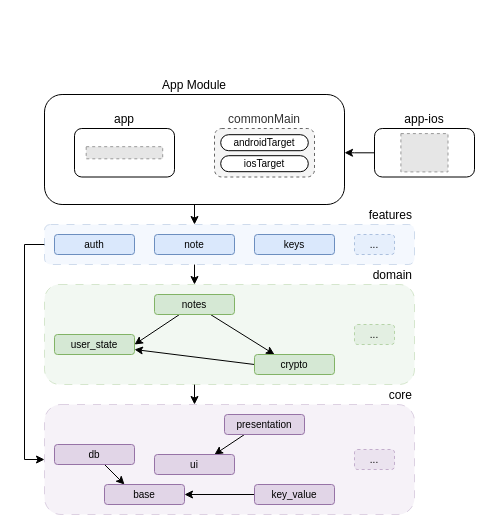
Earlier version of the draw.io diagram assets/raw/securenotes_arch.drawio (aspoliakov/securenotes). Source tidied: cells renumbered, new cells numbered last; positions are measured from the earlier drawing's top-left corner, leaving out a move shared by most shapes. Both pictures are drawn from the tidied source at 100%, with x=0, y=0 at pixel (24, 94). Pictures stored in the file or linked from it are replaced by grey dashed boxes.
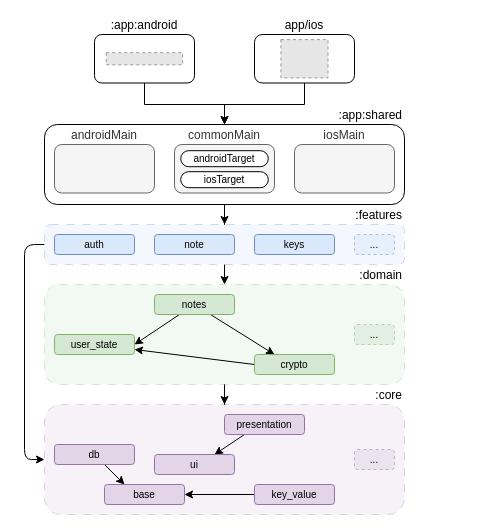
Above is the later version.

What changed in the source:
```diff
@@
-    <mxCell id="2" value="core" style="rounded=1;whiteSpace=wrap;html=1;fillColor=#e1d5e7;strokeColor=#9673a6;opacity=30;dashed=1;dashPattern=8 8;labelPosition=center;verticalLabelPosition=top;align=right;verticalAlign=bottom;" parent="1" vertex="1">
-      <mxGeometry x="20" y="310" width="370" height="110" as="geometry" />
+    <mxCell id="2" value=":core" style="rounded=1;whiteSpace=wrap;html=1;fillColor=#e1d5e7;strokeColor=#9673a6;opacity=30;dashed=1;dashPattern=8 8;labelPosition=center;verticalLabelPosition=top;align=right;verticalAlign=bottom;" parent="1" vertex="1">
+      <mxGeometry x="20" y="310" width="360" height="110" as="geometry" />
     </mxCell>
-    <mxCell id="3" style="edgeStyle=orthogonalEdgeStyle;rounded=0;jettySize=auto;html=1;" parent="1" edge="1" source="4">
-      <mxGeometry relative="1" as="geometry">
-        <mxPoint x="170" y="310" as="targetPoint" />
-        <Array as="points">
-          <mxPoint x="170" y="310" />
-        </Array>
-      </mxGeometry>
-    </mxCell>
+    <mxCell id="39" style="edgeStyle=orthogonalEdgeStyle;rounded=0;jettySize=auto;html=1;entryX=0.5;entryY=0;entryDx=0;entryDy=0;" parent="1" edge="1" source="4" target="2">
+      <mxGeometry relative="1" as="geometry" />
+    </mxCell>
-    <mxCell id="4" value="domain" style="rounded=1;whiteSpace=wrap;html=1;fillColor=#d5e8d4;strokeColor=#82b366;opacity=30;dashed=1;dashPattern=8 8;labelPosition=center;verticalLabelPosition=top;align=right;verticalAlign=bottom;" parent="1" vertex="1">
-      <mxGeometry x="20" y="190" width="370" height="100" as="geometry" />
+    <mxCell id="4" value=":domain" style="rounded=1;whiteSpace=wrap;html=1;fillColor=#d5e8d4;strokeColor=#82b366;opacity=30;dashed=1;dashPattern=8 8;labelPosition=center;verticalLabelPosition=top;align=right;verticalAlign=bottom;" parent="1" vertex="1">
+      <mxGeometry x="20" y="190" width="360" height="100" as="geometry" />
     </mxCell>
-    <mxCell id="5" style="edgeStyle=orthogonalEdgeStyle;rounded=0;jettySize=auto;html=1;" parent="1" edge="1" source="7">
-      <mxGeometry relative="1" as="geometry">
-        <mxPoint x="170" y="190" as="targetPoint" />
-        <Array as="points">
-          <mxPoint x="170" y="190" />
-        </Array>
-      </mxGeometry>
-    </mxCell>
-    <mxCell id="6" style="edgeStyle=orthogonalEdgeStyle;rounded=0;jettySize=auto;html=1;entryX=0;entryY=0.5;entryDx=0;entryDy=0;" parent="1" edge="1" source="7" target="2">
+    <mxCell id="6" style="edgeStyle=orthogonalEdgeStyle;rounded=1;jettySize=auto;html=1;entryX=0;entryY=0.5;entryDx=0;entryDy=0;curved=0;" parent="1" edge="1" source="7" target="2">
       <mxGeometry relative="1" as="geometry">
         <Array as="points">
           <mxPoint y="150" />
           <mxPoint y="365" />
         </Array>
       </mxGeometry>
     </mxCell>
+    <mxCell id="40" style="edgeStyle=orthogonalEdgeStyle;rounded=0;jettySize=auto;html=1;exitX=0.5;exitY=1;exitDx=0;exitDy=0;entryX=0.5;entryY=0;entryDx=0;entryDy=0;" parent="1" edge="1" source="7" target="4">
+      <mxGeometry relative="1" as="geometry" />
+    </mxCell>
-    <mxCell id="7" value="features" style="rounded=1;whiteSpace=wrap;html=1;fillColor=#dae8fc;strokeColor=#6c8ebf;opacity=30;dashed=1;dashPattern=8 8;labelPosition=center;verticalLabelPosition=top;align=right;verticalAlign=bottom;" parent="1" vertex="1">
-      <mxGeometry x="20" y="130" width="370" height="40" as="geometry" />
+    <mxCell id="7" value=":features" style="rounded=1;whiteSpace=wrap;html=1;fillColor=#dae8fc;strokeColor=#6c8ebf;opacity=30;dashed=1;dashPattern=8 8;labelPosition=center;verticalLabelPosition=top;align=right;verticalAlign=bottom;" parent="1" vertex="1">
+      <mxGeometry x="20" y="130" width="360" height="40" as="geometry" />
     </mxCell>
+    <mxCell id="38" style="edgeStyle=orthogonalEdgeStyle;rounded=0;jettySize=auto;html=1;entryX=0.5;entryY=0;entryDx=0;entryDy=0;" parent="1" edge="1" source="8" target="7">
+      <mxGeometry relative="1" as="geometry" />
+    </mxCell>
-    <mxCell id="8" value="App Module" style="rounded=1;whiteSpace=wrap;html=1;labelPosition=center;verticalLabelPosition=top;align=center;verticalAlign=bottom;arcSize=16;fillColor=none;" parent="1" vertex="1">
-      <mxGeometry x="20" width="300" height="110" as="geometry" />
+    <mxCell id="8" value=":app:shared" style="rounded=1;whiteSpace=wrap;html=1;labelPosition=center;verticalLabelPosition=top;align=right;verticalAlign=bottom;arcSize=16;fillColor=none;" parent="1" vertex="1">
+      <mxGeometry x="20" y="30" width="360" height="80" as="geometry" />
     </mxCell>
@@
+    <mxCell id="41" style="edgeStyle=orthogonalEdgeStyle;rounded=0;jettySize=auto;html=1;" parent="1" edge="1" source="10" target="8">
+      <mxGeometry relative="1" as="geometry">
+        <Array as="points">
+          <mxPoint x="120" y="10" />
+          <mxPoint x="200" y="10" />
+        </Array>
+      </mxGeometry>
+    </mxCell>
-    <mxCell id="10" value="app" style="rounded=1;whiteSpace=wrap;html=1;labelPosition=center;verticalLabelPosition=top;align=center;verticalAlign=bottom;" parent="1" vertex="1">
-      <mxGeometry x="50" y="34" width="100" height="48.5" as="geometry" />
+    <mxCell id="10" value=":app:android" style="rounded=1;whiteSpace=wrap;html=1;labelPosition=center;verticalLabelPosition=top;align=center;verticalAlign=bottom;" parent="1" vertex="1">
+      <mxGeometry x="70" y="-60" width="100" height="48.5" as="geometry" />
     </mxCell>
     <mxCell id="11" style="fillColor=#E6E6E6;strokeColor=#999999;dashed=1;verticalLabelPosition=bottom;labelBackgroundColor=default;verticalAlign=top;" parent="1" vertex="1">
-      <mxGeometry x="61.7" y="52.2" width="76.5" height="12.1" as="geometry" />
+      <mxGeometry x="81.7" y="-41.8" width="76.5" height="12.1" as="geometry" />
     </mxCell>
-    <mxCell id="12" style="group;" parent="1" vertex="1">
-      <mxGeometry x="340" y="34" width="100" height="48.5" as="geometry" />
-    </mxCell>
-    <mxCell id="13" value="app-ios" style="rounded=1;whiteSpace=wrap;html=1;labelPosition=center;verticalLabelPosition=top;align=center;verticalAlign=bottom;arcSize=16;" parent="12" vertex="1">
-      <mxGeometry x="10" width="100" height="48.5" as="geometry" />
-    </mxCell>
-    <mxCell id="14" style="fillColor=#E6E6E6;strokeColor=#999999;dashed=1;verticalLabelPosition=bottom;labelBackgroundColor=default;verticalAlign=top;" parent="12" vertex="1">
-      <mxGeometry x="36.4" y="5.1" width="47.1" height="38.3" as="geometry" />
-    </mxCell>
-    <mxCell id="15" value="commonMain" style="rounded=1;whiteSpace=wrap;html=1;labelPosition=center;verticalLabelPosition=top;align=center;verticalAlign=bottom;fillColor=#f5f5f5;fontColor=#333333;strokeColor=#666666;dashed=1;" parent="12" vertex="1">
-      <mxGeometry x="-150" width="100" height="48.5" as="geometry" />
-    </mxCell>
-    <mxCell id="16" value="androidTarget" style="rounded=1;whiteSpace=wrap;html=1;labelPosition=center;verticalLabelPosition=middle;align=center;verticalAlign=middle;arcSize=50;fontSize=10;" parent="12" vertex="1">
-      <mxGeometry x="-143.8" y="6.2" width="87.6" height="16" as="geometry" />
-    </mxCell>
-    <mxCell id="17" value="iosTarget" style="rounded=1;whiteSpace=wrap;html=1;labelPosition=center;verticalLabelPosition=middle;align=center;verticalAlign=middle;arcSize=50;fontSize=10;" parent="12" vertex="1">
-      <mxGeometry x="-143.8" y="27.2" width="87.6" height="16" as="geometry" />
-    </mxCell>
@@
-    <mxCell id="24" style="edgeStyle=orthogonalEdgeStyle;rounded=0;jettySize=auto;html=1;entryX=1;entryY=0.529;entryDx=0;entryDy=0;entryPerimeter=0;" parent="1" edge="1" source="13" target="8">
-      <mxGeometry relative="1" as="geometry" />
-    </mxCell>
@@
-    <mxCell id="38" style="edgeStyle=orthogonalEdgeStyle;rounded=0;jettySize=auto;html=1;entryX=0.405;entryY=0;entryDx=0;entryDy=0;entryPerimeter=0;" parent="1" edge="1" source="8" target="7">
-      <mxGeometry relative="1" as="geometry" />
-    </mxCell>
+    <mxCell id="24" style="edgeStyle=orthogonalEdgeStyle;rounded=0;jettySize=auto;html=1;entryX=0.5;entryY=0;entryDx=0;entryDy=0;" parent="1" edge="1" source="13" target="8">
+      <mxGeometry relative="1" as="geometry">
+        <Array as="points">
+          <mxPoint x="280" y="10" />
+          <mxPoint x="200" y="10" />
+        </Array>
+      </mxGeometry>
+    </mxCell>
+    <mxCell id="13" value="app/ios" style="rounded=1;whiteSpace=wrap;html=1;labelPosition=center;verticalLabelPosition=top;align=center;verticalAlign=bottom;arcSize=16;" parent="1" vertex="1">
+      <mxGeometry x="230" y="-60" width="100" height="48.5" as="geometry" />
+    </mxCell>
+    <mxCell id="14" style="fillColor=#E6E6E6;strokeColor=#999999;dashed=1;verticalLabelPosition=bottom;labelBackgroundColor=default;verticalAlign=top;" parent="1" vertex="1">
+      <mxGeometry x="256.4" y="-54.9" width="47.1" height="38.3" as="geometry" />
+    </mxCell>
+    <mxCell id="15" value="commonMain" style="rounded=1;whiteSpace=wrap;html=1;labelPosition=center;verticalLabelPosition=top;align=center;verticalAlign=bottom;fillColor=#f5f5f5;fontColor=#333333;strokeColor=#666666;" parent="1" vertex="1">
+      <mxGeometry x="150" y="50" width="100" height="48.5" as="geometry" />
+    </mxCell>
+    <mxCell id="16" value="androidTarget" style="rounded=1;whiteSpace=wrap;html=1;labelPosition=center;verticalLabelPosition=middle;align=center;verticalAlign=middle;arcSize=50;fontSize=10;" parent="1" vertex="1">
+      <mxGeometry x="156.2" y="56.2" width="87.6" height="16" as="geometry" />
+    </mxCell>
+    <mxCell id="17" value="iosTarget" style="rounded=1;whiteSpace=wrap;html=1;labelPosition=center;verticalLabelPosition=middle;align=center;verticalAlign=middle;arcSize=50;fontSize=10;" parent="1" vertex="1">
+      <mxGeometry x="156.2" y="77.2" width="87.6" height="16" as="geometry" />
+    </mxCell>
+    <mxCell id="42" value="iosMain" style="rounded=1;whiteSpace=wrap;html=1;labelPosition=center;verticalLabelPosition=top;align=center;verticalAlign=bottom;fillColor=#f5f5f5;fontColor=#333333;strokeColor=#666666;" parent="1" vertex="1">
+      <mxGeometry x="270" y="50" width="100" height="48.5" as="geometry" />
+    </mxCell>
+    <mxCell id="43" value="androidMain" style="rounded=1;whiteSpace=wrap;html=1;labelPosition=center;verticalLabelPosition=top;align=center;verticalAlign=bottom;fillColor=#f5f5f5;fontColor=#333333;strokeColor=#666666;" parent="1" vertex="1">
+      <mxGeometry x="30" y="50" width="100" height="48.5" as="geometry" />
+    </mxCell>
```
